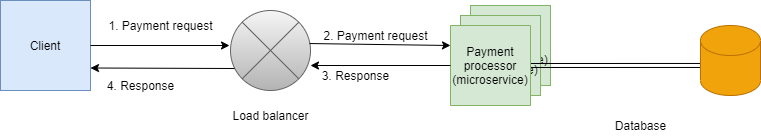
Above: payment_processor_microservice_scaling.png in bhattharishbvp/kafka (draw.io), before the change. Source tidied: cells renumbered, new cells last; positions are measured from the earlier drawing's top-left corner, leaving out a move shared by most shapes.
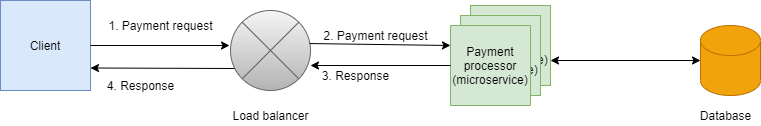
Later version of the same file.

Change to the diagram source:
```diff
@@ -11,14 +11,11 @@
     <mxCell id="4" value="Client" style="rounded=0;whiteSpace=wrap;html=1;fillColor=#dae8fc;strokeColor=#6c8ebf;" parent="1" vertex="1">
       <mxGeometry width="90" height="90" as="geometry" />
     </mxCell>
-    <mxCell id="5" style="edgeStyle=none;shape=link;rounded=0;jettySize=auto;html=1;entryX=0;entryY=0.571;entryDx=0;entryDy=0;entryPerimeter=0;" parent="1" edge="1" source="8" target="6">
-      <mxGeometry relative="1" as="geometry" />
-    </mxCell>
     <mxCell id="6" style="shape=cylinder3;whiteSpace=wrap;html=1;boundedLbl=1;backgroundOutline=1;size=15;fillColor=#f0a30a;strokeColor=#BD7000;fontColor=#ffffff;" parent="1" vertex="1">
       <mxGeometry x="700" y="25" width="60" height="70" as="geometry" />
     </mxCell>
     <mxCell id="7" value="Database" style="text;html=1;align=center;verticalAlign=middle;" parent="1" vertex="1">
-      <mxGeometry x="605" y="115" width="70" height="20" as="geometry" />
+      <mxGeometry x="690" y="105" width="70" height="20" as="geometry" />
     </mxCell>
     <mxCell id="8" value="Payment processor (microservice)" style="whiteSpace=wrap;html=1;fillColor=#d5e8d4;strokeColor=#82b366;direction=south;" parent="1" vertex="1">
       <mxGeometry x="450" y="25" width="80" height="80" as="geometry" />
@@ -59,5 +56,10 @@
     <mxCell id="18" value="4. Response" style="text;html=1;align=center;verticalAlign=middle;" parent="1" vertex="1">
       <mxGeometry x="100" y="75" width="80" height="20" as="geometry" />
     </mxCell>
+    <mxCell id="19" style="endArrow=classic;startArrow=classic;html=1;rounded=0;exitX=0;exitY=0.5;exitDx=0;exitDy=0;exitPerimeter=0;" parent="1" edge="1" source="6">
+      <mxGeometry relative="1" as="geometry">
+        <mxPoint x="550" y="60" as="targetPoint" />
+      </mxGeometry>
+    </mxCell>
   </root>
 </mxGraphModel>
```
